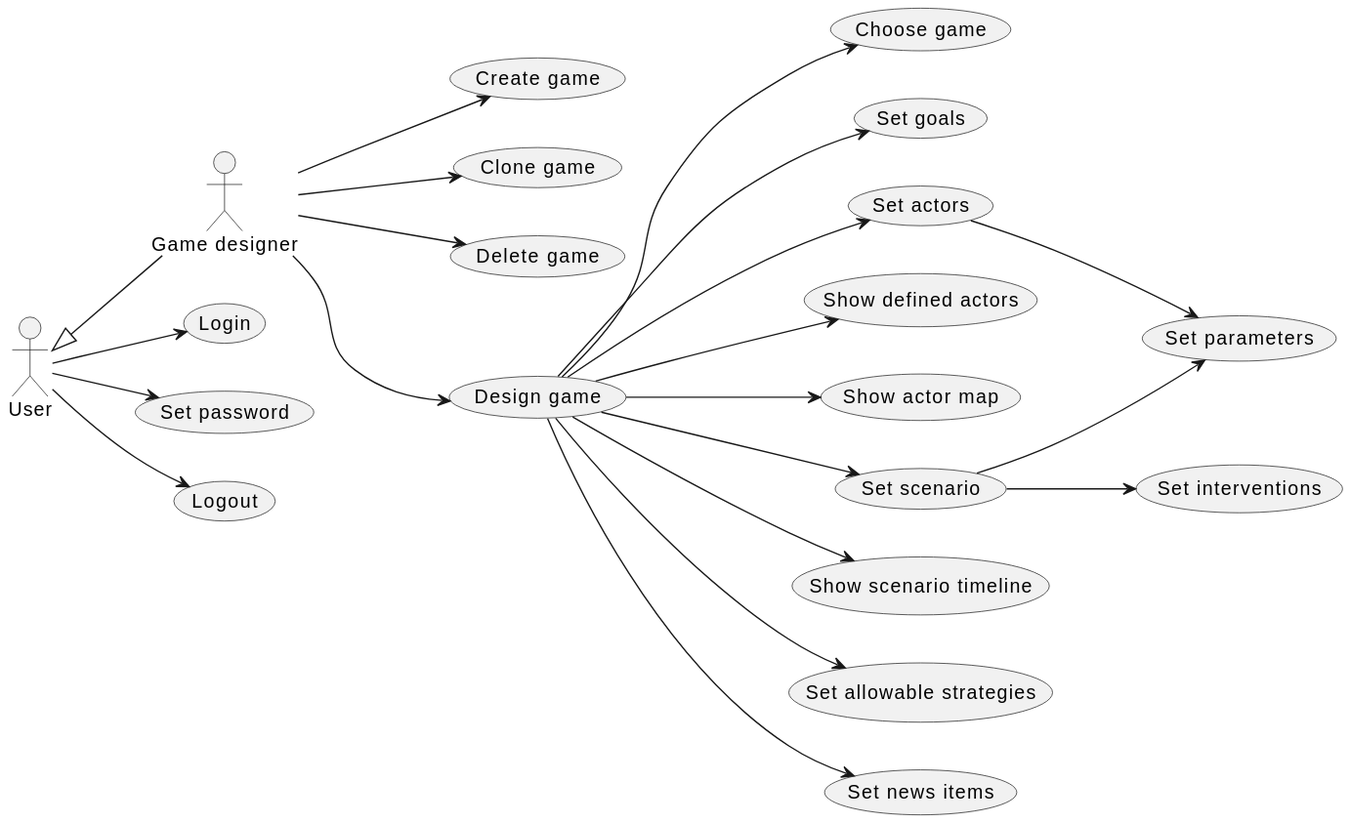
Earlier version of the PlantUML export doc/2-use-cases/diagrams/game-design.svg (averbraeck/gscg-design).
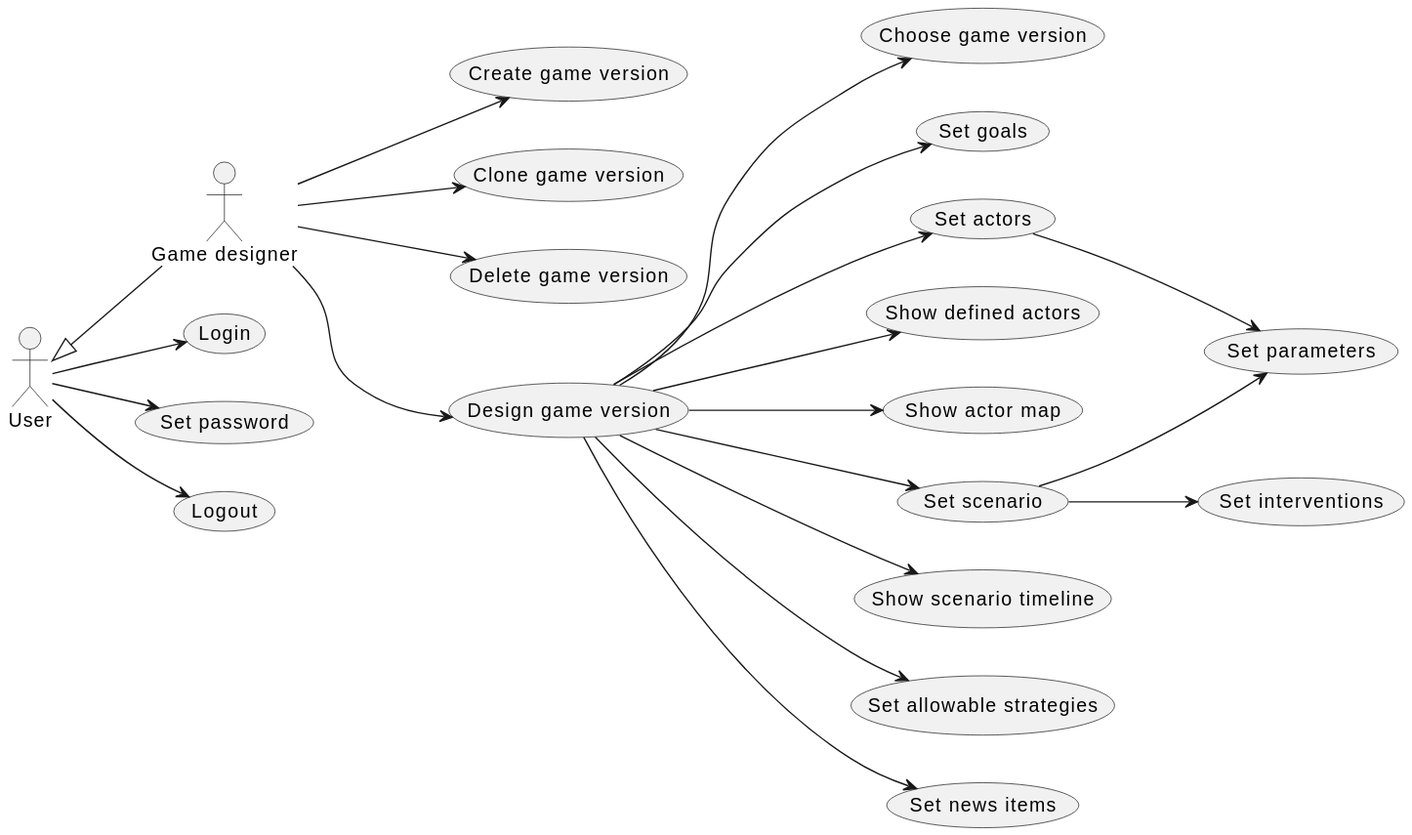
The same file after the commit.

Diff of the diagram source:
```diff
@@ -8,21 +8,21 @@
 User --> (Set password)
 User --> (Logout)
 
-GD --> (Create game)
+GD --> (Create game version)
 
-GD --> (Clone game)
-GD --> (Delete game)
+GD --> (Clone game version)
+GD --> (Delete game version)
 
-GD --> (Design game) : "         \n\n\n\n\n"
-(Design game) --> (Choose game) : "              "
-(Design game) --> (Set goals)
-(Design game) --> (Set actors)
-(Design game) --> (Show defined actors)
-(Design game) --> (Show actor map)
-(Design game) --> (Set scenario)
-(Design game) --> (Show scenario timeline)
-(Design game) --> (Set allowable strategies)
-(Design game) --> (Set news items)
+GD --> (Design game version) : "         \n\n\n\n\n"
+(Design game version) --> (Choose game version) : "              "
+(Design game version) --> (Set goals)
+(Design game version) --> (Set actors)
+(Design game version) --> (Show defined actors)
+(Design game version) --> (Show actor map)
+(Design game version) --> (Set scenario)
+(Design game version) --> (Show scenario timeline)
+(Design game version) --> (Set allowable strategies)
+(Design game version) --> (Set news items)
 (Set scenario) --> (Set parameters)
 (Set scenario) --> (Set interventions)
 (Set actors) --> (Set parameters)
```
